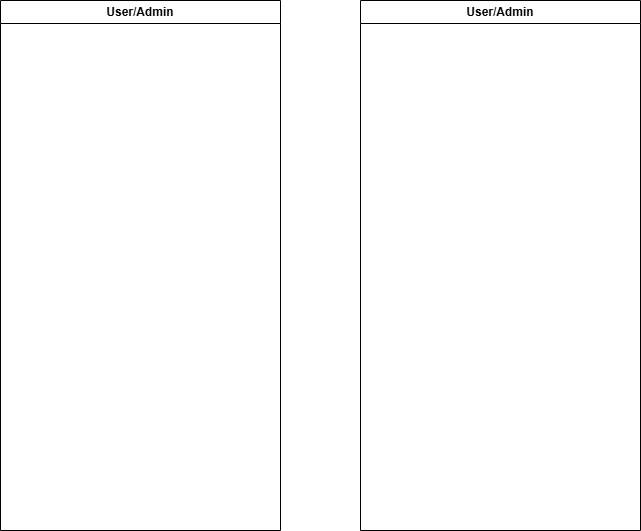
The draw.io diagram login.drawio.png in TrxModX21/cekorto-readme-asset, before a commit. Source tidied: cells renumbered, new cells last; positions are measured from the earlier drawing's top-left corner, leaving out a move shared by most shapes.
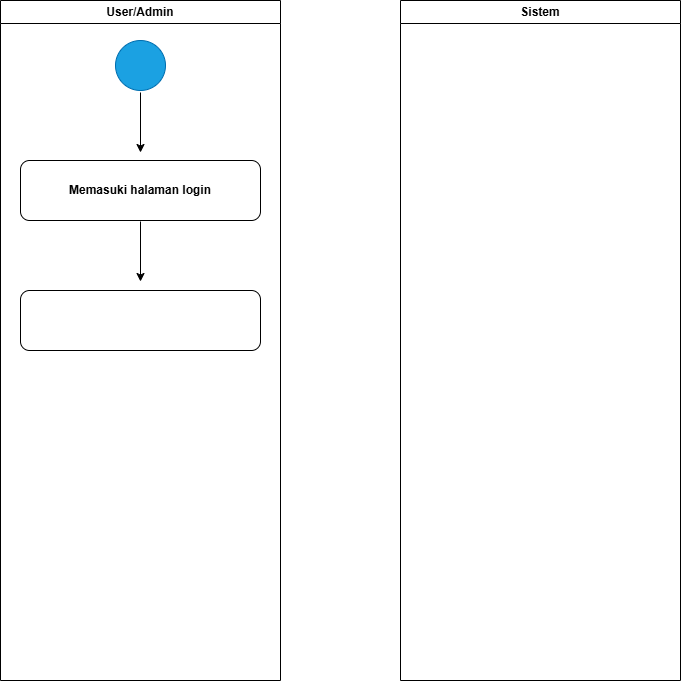
Above is the later version.

The edit, as a diff of the source:
```diff
@@ -3,10 +3,31 @@
     <mxCell id="0" />
     <mxCell id="1" parent="0" />
     <mxCell id="2" value="User/Admin" style="swimlane;whiteSpace=wrap;html=1;" parent="1" vertex="1">
-      <mxGeometry width="280" height="530" as="geometry" />
+      <mxGeometry x="-40" width="280" height="680" as="geometry" />
     </mxCell>
+    <mxCell id="4" style="ellipse;whiteSpace=wrap;html=1;fillColor=#1ba1e2;fontColor=#ffffff;strokeColor=#006EAF;" parent="2" vertex="1">
+      <mxGeometry x="115" y="40" width="50" height="50" as="geometry" />
+    </mxCell>
+    <mxCell id="5" style="endArrow=classic;html=1;rounded=0;" parent="2" edge="1">
+      <mxGeometry relative="1" as="geometry">
+        <mxPoint x="140" y="92" as="sourcePoint" />
+        <mxPoint x="140" y="152" as="targetPoint" />
+      </mxGeometry>
+    </mxCell>
+    <mxCell id="6" value="&lt;b&gt;Memasuki halaman login&lt;/b&gt;" style="rounded=1;whiteSpace=wrap;html=1;" parent="2" vertex="1">
+      <mxGeometry x="20" y="160" width="240" height="60" as="geometry" />
+    </mxCell>
+    <mxCell id="7" style="rounded=1;whiteSpace=wrap;html=1;" parent="2" vertex="1">
+      <mxGeometry x="20" y="290" width="240" height="60" as="geometry" />
+    </mxCell>
-    <mxCell id="3" value="User/Admin" style="swimlane;whiteSpace=wrap;html=1;" parent="1" vertex="1">
-      <mxGeometry x="360" width="280" height="530" as="geometry" />
+    <mxCell id="3" value="Sistem" style="swimlane;whiteSpace=wrap;html=1;" parent="1" vertex="1">
+      <mxGeometry x="360" width="280" height="680" as="geometry" />
     </mxCell>
+    <mxCell id="8" style="endArrow=classic;html=1;rounded=0;" parent="1" edge="1">
+      <mxGeometry relative="1" as="geometry">
+        <mxPoint x="100" y="221" as="sourcePoint" />
+        <mxPoint x="100" y="281" as="targetPoint" />
+      </mxGeometry>
+    </mxCell>
   </root>
 </mxGraphModel>
```
